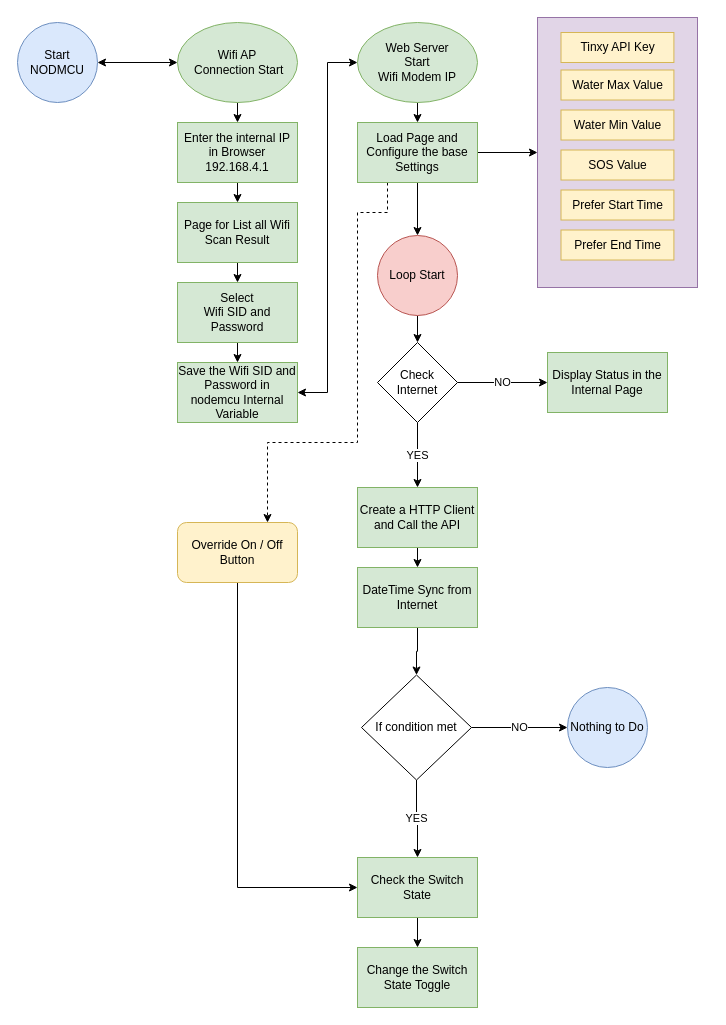
Before: WaterPumpAutoOnOff/Flow Diagram.drawio in dijin123/nodemcu_projects, a draw.io diagram. Source tidied: cells renumbered, new cells numbered last; positions are measured from the earlier drawing's top-left corner, leaving out a move shared by most shapes. Both pictures are drawn from the tidied source at 100%, with x=0, y=0 at pixel (17, 17).
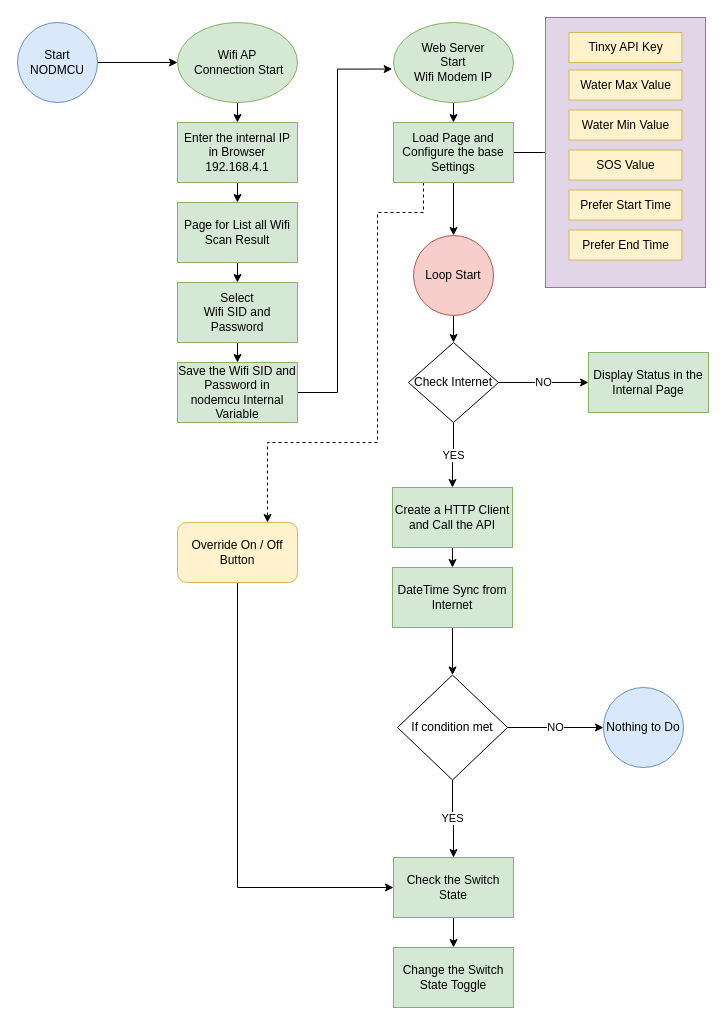
After the change.

Unchanged cells that the change refers to:
```xml
<mxCell id="2" value="Start NODMCU" style="ellipse;whiteSpace=wrap;html=1;fillColor=#dae8fc;strokeColor=#6c8ebf;" parent="1" vertex="1">
  <mxGeometry y="5" width="80" height="80" as="geometry" />
</mxCell>
<mxCell id="6" value="Wifi AP&lt;br&gt;&amp;nbsp;Connection Start&lt;br style=&quot;border-color: var(--border-color);&quot;&gt;" style="ellipse;whiteSpace=wrap;html=1;fillColor=#d5e8d4;strokeColor=#82b366;" parent="1" vertex="1">
  <mxGeometry x="160" y="5" width="120" height="80" as="geometry" />
</mxCell>
<mxCell id="7" value="Save the Wifi SID and Password in nodemcu Internal Variable" style="rounded=0;whiteSpace=wrap;html=1;fillColor=#d5e8d4;strokeColor=#82b366;" parent="1" vertex="1">
  <mxGeometry x="160" y="345" width="120" height="60" as="geometry" />
</mxCell>
<mxCell id="38" value="Override On / Off Button" style="rounded=1;whiteSpace=wrap;html=1;fillColor=#fff2cc;strokeColor=#d6b656;" parent="1" vertex="1">
  <mxGeometry x="160" y="505" width="120" height="60" as="geometry" />
</mxCell>
<mxCell id="40" style="rounded=0;whiteSpace=wrap;html=1;fillColor=#e1d5e7;strokeColor=#9673a6;" parent="39" vertex="1">
  <mxGeometry width="160" height="270" as="geometry" />
</mxCell>
```

What changed in the source:
```diff
@@
+    <mxCell id="47" style="edgeStyle=orthogonalEdgeStyle;rounded=0;jettySize=auto;html=1;" parent="1" edge="1" source="2" target="6">
+      <mxGeometry relative="1" as="geometry" />
+    </mxCell>
@@
+    <mxCell id="15" style="edgeStyle=orthogonalEdgeStyle;rounded=0;jettySize=auto;html=1;entryX=-0.011;entryY=0.582;entryDx=0;entryDy=0;entryPerimeter=0;" parent="1" edge="1" source="7" target="10">
+      <mxGeometry relative="1" as="geometry">
+        <Array as="points">
+          <mxPoint x="320" y="375" />
+          <mxPoint x="320" y="52" />
+        </Array>
+      </mxGeometry>
+    </mxCell>
@@
-    <mxCell id="8" style="endArrow=classic;startArrow=classic;html=1;rounded=0;entryX=1;entryY=0.5;entryDx=0;entryDy=0;exitX=0;exitY=0.5;exitDx=0;exitDy=0;" parent="1" edge="1" source="6" target="2">
-      <mxGeometry relative="1" as="geometry" />
-    </mxCell>
@@
     <mxCell id="10" value="Web Server&lt;br&gt;Start&lt;br&gt;Wifi Modem IP" style="ellipse;whiteSpace=wrap;html=1;fillColor=#d5e8d4;strokeColor=#82b366;" parent="1" vertex="1">
-      <mxGeometry x="340" y="5" width="120" height="80" as="geometry" />
+      <mxGeometry x="376" y="5" width="120" height="80" as="geometry" />
     </mxCell>
@@
-    <mxCell id="15" style="endArrow=classic;startArrow=classic;html=1;rounded=0;exitX=1;exitY=0.5;exitDx=0;exitDy=0;entryX=0;entryY=0.5;entryDx=0;entryDy=0;" parent="1" edge="1" source="7" target="10">
-      <mxGeometry relative="1" as="geometry">
-        <Array as="points">
-          <mxPoint x="310" y="375" />
-          <mxPoint x="310" y="45" />
-        </Array>
-      </mxGeometry>
-    </mxCell>
-    <mxCell id="16" style="edgeStyle=orthogonalEdgeStyle;rounded=0;jettySize=auto;html=1;exitX=1;exitY=0.5;exitDx=0;exitDy=0;entryX=0;entryY=0.5;entryDx=0;entryDy=0;" parent="1" edge="1" source="19" target="40">
-      <mxGeometry relative="1" as="geometry" />
+    <mxCell id="16" style="edgeStyle=orthogonalEdgeStyle;rounded=0;jettySize=auto;html=1;exitX=1;exitY=0.5;exitDx=0;exitDy=0;entryX=0;entryY=0.5;entryDx=0;entryDy=0;" parent="1" edge="1" source="19">
+      <mxGeometry relative="1" as="geometry">
+        <mxPoint x="556" y="135" as="targetPoint" />
+      </mxGeometry>
     </mxCell>
@@
     <mxCell id="18" style="edgeStyle=orthogonalEdgeStyle;rounded=0;jettySize=auto;html=1;exitX=0.25;exitY=1;exitDx=0;exitDy=0;entryX=0.75;entryY=0;entryDx=0;entryDy=0;dashed=1;" parent="1" edge="1" source="19" target="38">
       <mxGeometry relative="1" as="geometry">
         <Array as="points">
-          <mxPoint x="370" y="195" />
-          <mxPoint x="340" y="195" />
-          <mxPoint x="340" y="425" />
+          <mxPoint x="406" y="195" />
+          <mxPoint x="360" y="195" />
+          <mxPoint x="360" y="425" />
           <mxPoint x="250" y="425" />
         </Array>
       </mxGeometry>
     </mxCell>
     <mxCell id="19" value="Load Page and Configure the base Settings" style="rounded=0;whiteSpace=wrap;html=1;fillColor=#d5e8d4;strokeColor=#82b366;" parent="1" vertex="1">
-      <mxGeometry x="340" y="105" width="120" height="60" as="geometry" />
+      <mxGeometry x="376" y="105" width="120" height="60" as="geometry" />
     </mxCell>
@@
     <mxCell id="22" value="If condition met" style="rhombus;whiteSpace=wrap;html=1;" parent="1" vertex="1">
-      <mxGeometry x="344" y="657.5" width="110" height="105" as="geometry" />
+      <mxGeometry x="380" y="657.5" width="110" height="105" as="geometry" />
     </mxCell>
@@
     <mxCell id="24" value="Loop Start" style="ellipse;whiteSpace=wrap;html=1;fillColor=#f8cecc;strokeColor=#b85450;" parent="1" vertex="1">
-      <mxGeometry x="360" y="218" width="80" height="80" as="geometry" />
+      <mxGeometry x="396" y="218" width="80" height="80" as="geometry" />
     </mxCell>
     <mxCell id="25" value="Nothing to Do" style="ellipse;whiteSpace=wrap;html=1;fillColor=#dae8fc;strokeColor=#6c8ebf;" parent="1" vertex="1">
-      <mxGeometry x="550" y="670" width="80" height="80" as="geometry" />
+      <mxGeometry x="586" y="670" width="80" height="80" as="geometry" />
     </mxCell>
     <mxCell id="26" value="Change the Switch State Toggle" style="rounded=0;whiteSpace=wrap;html=1;fillColor=#d5e8d4;strokeColor=#82b366;" parent="1" vertex="1">
-      <mxGeometry x="340" y="930" width="120" height="60" as="geometry" />
+      <mxGeometry x="376" y="930" width="120" height="60" as="geometry" />
     </mxCell>
@@
     <mxCell id="28" value="Check the Switch State" style="rounded=0;whiteSpace=wrap;html=1;fillColor=#d5e8d4;strokeColor=#82b366;" parent="1" vertex="1">
-      <mxGeometry x="340" y="840" width="120" height="60" as="geometry" />
+      <mxGeometry x="376" y="840" width="120" height="60" as="geometry" />
     </mxCell>
@@
     <mxCell id="30" value="Create a HTTP Client and Call the API" style="rounded=0;whiteSpace=wrap;html=1;fillColor=#d5e8d4;strokeColor=#82b366;" parent="1" vertex="1">
-      <mxGeometry x="340" y="470" width="120" height="60" as="geometry" />
+      <mxGeometry x="375" y="470" width="120" height="60" as="geometry" />
     </mxCell>
@@
     <mxCell id="32" value="DateTime Sync from Internet" style="rounded=0;whiteSpace=wrap;html=1;fillColor=#d5e8d4;strokeColor=#82b366;" parent="1" vertex="1">
-      <mxGeometry x="340" y="550" width="120" height="60" as="geometry" />
+      <mxGeometry x="375" y="550" width="120" height="60" as="geometry" />
     </mxCell>
@@
     <mxCell id="35" value="Check Internet" style="rhombus;whiteSpace=wrap;html=1;" parent="1" vertex="1">
-      <mxGeometry x="360" y="325" width="80" height="80" as="geometry" />
+      <mxGeometry x="391" y="325" width="90" height="80" as="geometry" />
     </mxCell>
     <mxCell id="36" value="Display Status in the Internal Page" style="rounded=0;whiteSpace=wrap;html=1;fillColor=#d5e8d4;strokeColor=#82b366;" parent="1" vertex="1">
-      <mxGeometry x="530" y="335" width="120" height="60" as="geometry" />
+      <mxGeometry x="571" y="335" width="120" height="60" as="geometry" />
     </mxCell>
@@
     <mxCell id="39" style="group;" parent="1" vertex="1">
-      <mxGeometry x="520" width="160" height="270" as="geometry" />
+      <mxGeometry x="528" width="160" height="270" as="geometry" />
     </mxCell>
```
